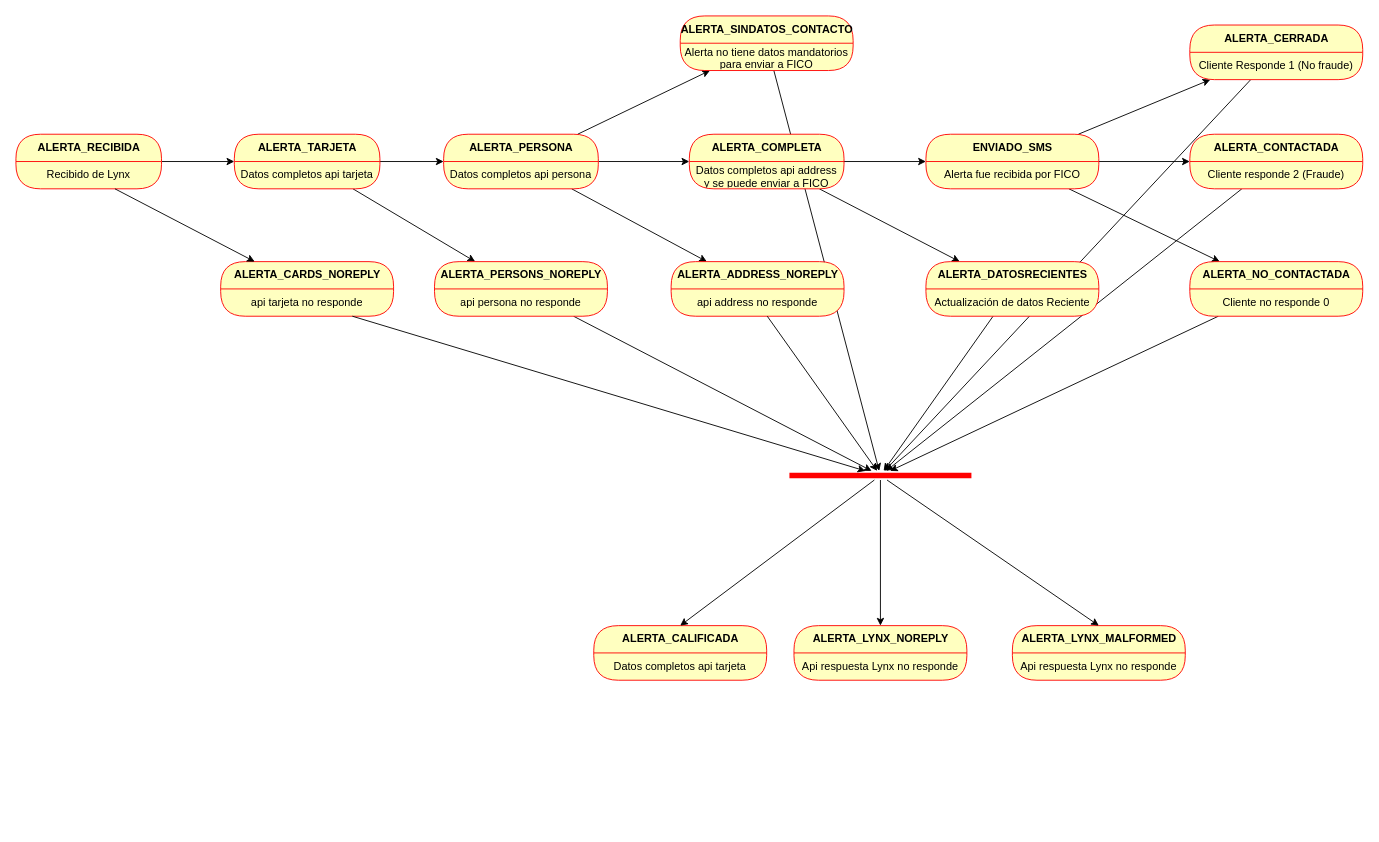
Before: EstadosLynx.drawio in zolymo/diagrams, a draw.io diagram. Source tidied: cells renumbered, new cells numbered last; positions are measured from the earlier drawing's top-left corner, leaving out a move shared by most shapes. Both pictures are drawn from the tidied source at 91%, with x=0, y=0 at pixel (15, 15).
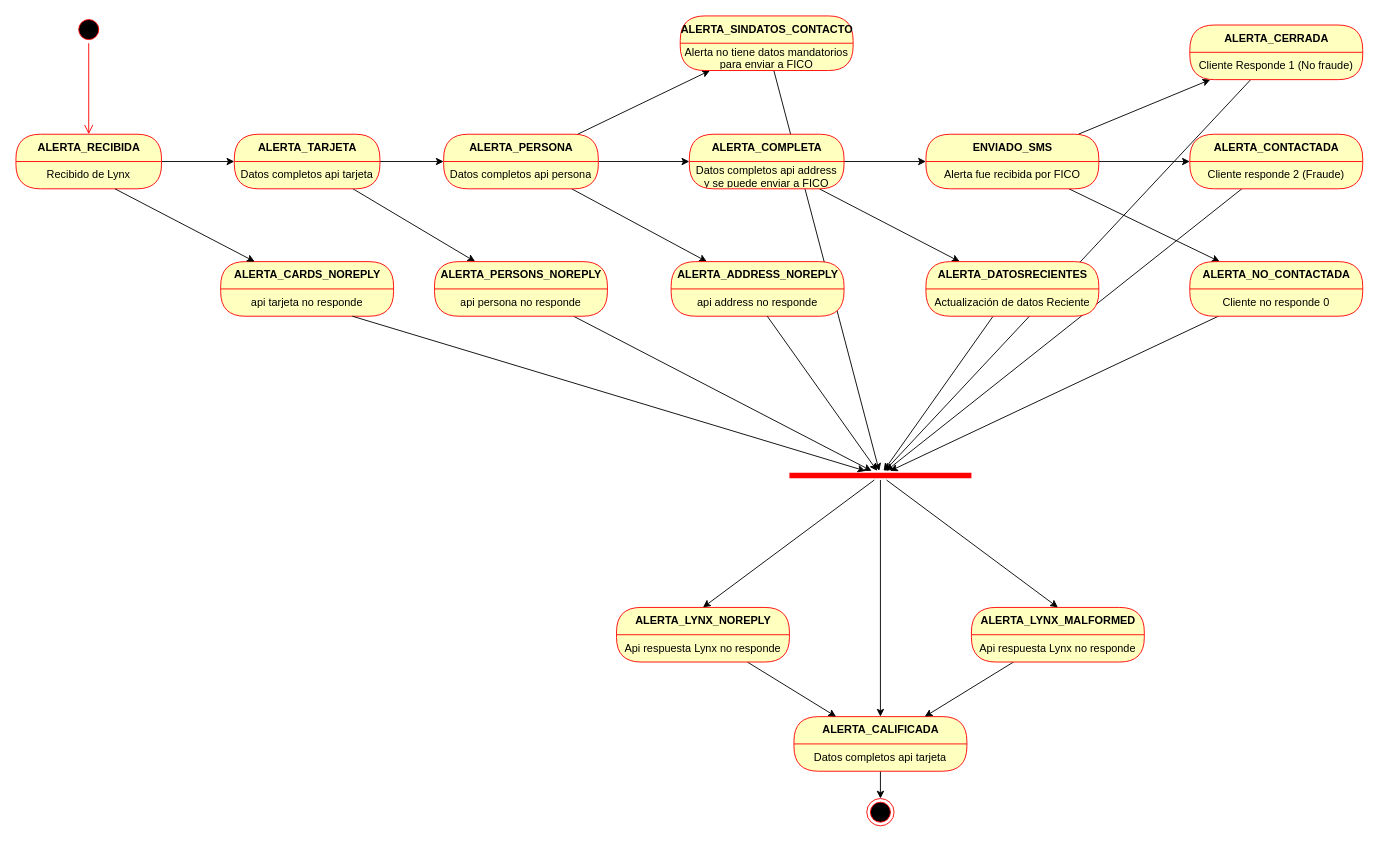
The same page after the edit.

The change refers to these unchanged cells:
```xml
<mxCell id="6" value="ALERTA_RECIBIDA" style="swimlane;html=1;fontStyle=1;align=center;verticalAlign=middle;horizontal=1;startSize=30;fontColor=#000000;rounded=1;arcSize=30;strokeColor=#ff0000;fillColor=#ffffc0;swimlaneFillColor=#ffffc0;" parent="1" vertex="1">
  <mxGeometry y="130" width="160" height="60" as="geometry" />
</mxCell>
```

The edit, as a diff of the source:
```diff
@@
+    <mxCell id="59" style="edgeStyle=none;rounded=1;jettySize=auto;html=1;" parent="1" edge="1" source="47" target="62">
+      <mxGeometry relative="1" as="geometry" />
+    </mxCell>
     <mxCell id="47" value="ALERTA_CALIFICADA" style="swimlane;html=1;fontStyle=1;align=center;verticalAlign=middle;horizontal=1;startSize=30;fontColor=#000000;rounded=1;arcSize=30;strokeColor=#ff0000;fillColor=#ffffc0;swimlaneFillColor=#ffffc0;" parent="1" vertex="1">
-      <mxGeometry x="635" y="670" width="190" height="60" as="geometry" />
+      <mxGeometry x="855" y="770" width="190" height="60" as="geometry" />
     </mxCell>
@@
+    <mxCell id="60" style="edgeStyle=none;rounded=1;jettySize=auto;html=1;" parent="1" edge="1" source="49" target="47">
+      <mxGeometry relative="1" as="geometry" />
+    </mxCell>
     <mxCell id="49" value="ALERTA_LYNX_NOREPLY" style="swimlane;html=1;fontStyle=1;align=center;verticalAlign=middle;horizontal=1;startSize=30;fontColor=#000000;rounded=1;arcSize=30;strokeColor=#ff0000;fillColor=#ffffc0;swimlaneFillColor=#ffffc0;" parent="1" vertex="1">
-      <mxGeometry x="855" y="670" width="190" height="60" as="geometry" />
+      <mxGeometry x="660" y="650" width="190" height="60" as="geometry" />
     </mxCell>
@@
+    <mxCell id="61" style="edgeStyle=none;rounded=1;jettySize=auto;html=1;" parent="1" edge="1" source="51" target="47">
+      <mxGeometry relative="1" as="geometry" />
+    </mxCell>
     <mxCell id="51" value="ALERTA_LYNX_MALFORMED" style="swimlane;html=1;fontStyle=1;align=center;verticalAlign=middle;horizontal=1;startSize=30;fontColor=#000000;rounded=1;arcSize=30;strokeColor=#ff0000;fillColor=#ffffc0;swimlaneFillColor=#ffffc0;" parent="1" vertex="1">
-      <mxGeometry x="1095" y="670" width="190" height="60" as="geometry" />
+      <mxGeometry x="1050" y="650" width="190" height="60" as="geometry" />
     </mxCell>
@@
+    <mxCell id="62" style="ellipse;html=1;shape=endState;fillColor=#000000;strokeColor=#ff0000;" parent="1" vertex="1">
+      <mxGeometry x="935" y="860" width="30" height="30" as="geometry" />
+    </mxCell>
+    <mxCell id="63" style="ellipse;html=1;shape=startState;fillColor=#000000;strokeColor=#ff0000;" parent="1" vertex="1">
+      <mxGeometry x="65" width="30" height="30" as="geometry" />
+    </mxCell>
+    <mxCell id="64" style="edgeStyle=orthogonalEdgeStyle;html=1;verticalAlign=bottom;endArrow=open;endSize=8;strokeColor=#ff0000;" parent="1" edge="1" source="63" target="6">
+      <mxGeometry relative="1" as="geometry" />
+    </mxCell>
```
